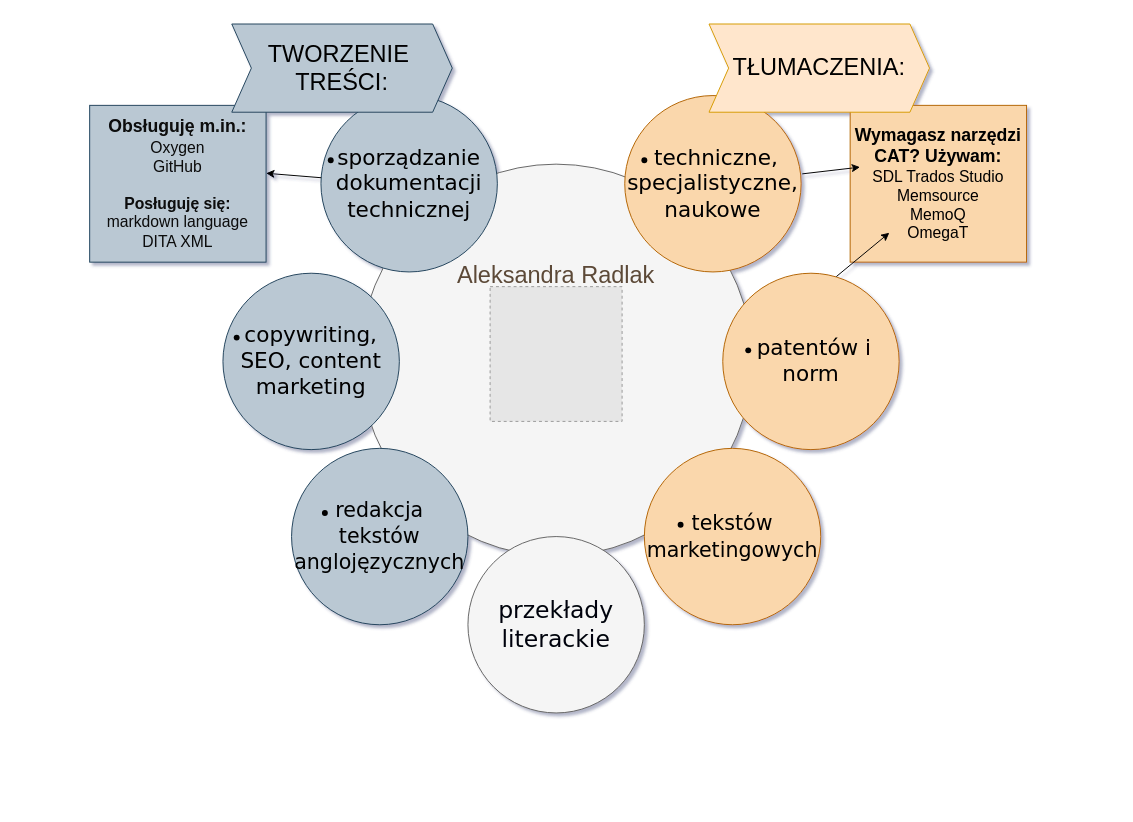
Earlier version of the draw.io diagram Diagram bez tytułu.drawio (AleksandraRadlak/my_wiki). Source tidied: cells renumbered, new cells numbered last; positions are measured from the earlier drawing's top-left corner, leaving out a move shared by most shapes. Both pictures are drawn from the tidied source at 98%, with x=0, y=0 at pixel (89, 24). Pictures stored in the file or linked from it are replaced by grey dashed boxes.
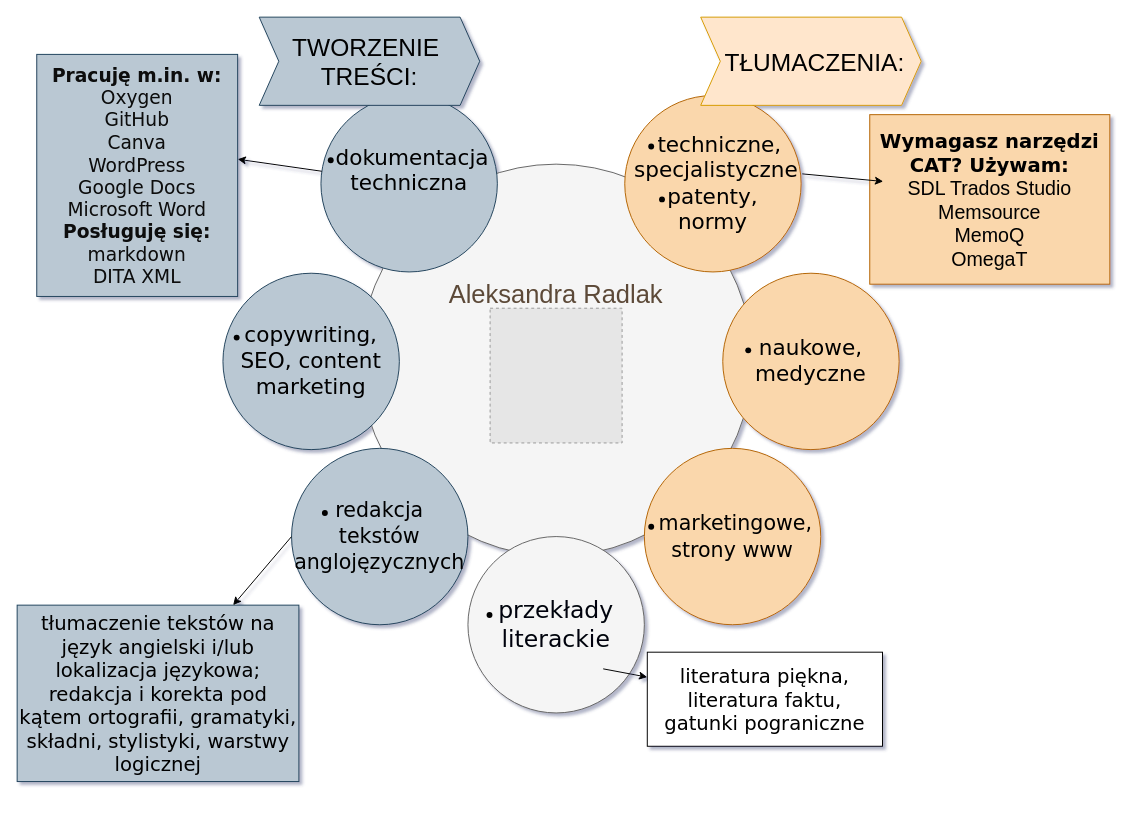
After the change.

Commit message:
diagram oferta najlepszy znajlepszych v108373.drawio

Unchanged cells that the change refers to:
```xml
<mxCell id="9" value="&lt;font style=&quot;font-size: 21px;&quot;&gt;&lt;font style=&quot;font-size: 21px;&quot;&gt;redakcja tekstów anglojęzycznych&lt;/font&gt;&lt;br&gt;&lt;/font&gt;" style="ellipse;whiteSpace=wrap;html=1;rounded=0;shadow=0;dashed=0;comic=0;fontFamily=Verdana;fontSize=22;fillColor=#bac8d3;strokeColor=#23445d;" parent="1" vertex="1">
  <mxGeometry x="206" y="433" width="180" height="180" as="geometry" />
</mxCell>
```

The edit, as a diff of the source:
```diff
@@
-    <mxCell id="2" value="&lt;div style=&quot;font-size: 24px;&quot;&gt;&lt;font face=&quot;Helvetica&quot; color=&quot;#5c4937&quot; style=&quot;font-size: 24px;&quot;&gt;Aleksandra Radlak&lt;br&gt;&lt;/font&gt;&lt;/div&gt;&lt;div style=&quot;font-size: 24px;&quot;&gt;&lt;font face=&quot;adrcxpIAWqPZKelnIhmX&quot; color=&quot;#5c4937&quot; style=&quot;font-size: 24px;&quot;&gt;&lt;br&gt;&lt;/font&gt;&lt;/div&gt;&lt;div style=&quot;font-size: 24px;&quot;&gt;&lt;font face=&quot;adrcxpIAWqPZKelnIhmX&quot; color=&quot;#5c4937&quot; style=&quot;font-size: 24px;&quot;&gt;&lt;br&gt;&lt;/font&gt;&lt;/div&gt;&lt;div style=&quot;font-size: 24px;&quot;&gt;&lt;font face=&quot;adrcxpIAWqPZKelnIhmX&quot; color=&quot;#5c4937&quot; style=&quot;font-size: 24px;&quot;&gt;&lt;br&gt;&lt;/font&gt;&lt;/div&gt;&lt;div style=&quot;font-size: 24px;&quot;&gt;&lt;font face=&quot;adrcxpIAWqPZKelnIhmX&quot; color=&quot;#5c4937&quot; style=&quot;font-size: 24px;&quot;&gt;&lt;br&gt;&lt;/font&gt;&lt;/div&gt;&lt;div style=&quot;font-size: 24px;&quot;&gt;&lt;font face=&quot;adrcxpIAWqPZKelnIhmX&quot; color=&quot;#5c4937&quot; style=&quot;font-size: 24px;&quot;&gt;&lt;br&gt;&lt;/font&gt;&lt;/div&gt;&lt;div style=&quot;font-size: 24px;&quot;&gt;&lt;font face=&quot;adrcxpIAWqPZKelnIhmX&quot; color=&quot;#5c4937&quot; style=&quot;font-size: 24px;&quot;&gt;&lt;br&gt;&lt;/font&gt;&lt;/div&gt;" style="ellipse;whiteSpace=wrap;html=1;rounded=0;shadow=0;dashed=0;comic=0;fontFamily=Verdana;fontSize=22;fontColor=#0069D1;fillColor=#f5f5f5;strokeColor=#666666;" parent="1" vertex="1">
+    <mxCell id="2" value="&lt;div&gt;&lt;br&gt;&lt;/div&gt;&lt;div&gt;&lt;br&gt;&lt;/div&gt;&lt;div style=&quot;font-size: 26px;&quot;&gt;&lt;font style=&quot;font-size: 26px;&quot; face=&quot;Helvetica&quot; color=&quot;#5c4937&quot;&gt;Aleksandra Radlak&lt;br&gt;&lt;/font&gt;&lt;/div&gt;&lt;div style=&quot;font-size: 26px;&quot;&gt;&lt;font style=&quot;font-size: 26px;&quot; face=&quot;adrcxpIAWqPZKelnIhmX&quot; color=&quot;#5c4937&quot;&gt;&lt;br&gt;&lt;/font&gt;&lt;/div&gt;&lt;div style=&quot;font-size: 26px;&quot;&gt;&lt;font style=&quot;font-size: 26px;&quot; face=&quot;adrcxpIAWqPZKelnIhmX&quot; color=&quot;#5c4937&quot;&gt;&lt;br&gt;&lt;/font&gt;&lt;/div&gt;&lt;div style=&quot;font-size: 26px;&quot;&gt;&lt;font style=&quot;font-size: 26px;&quot; face=&quot;adrcxpIAWqPZKelnIhmX&quot; color=&quot;#5c4937&quot;&gt;&lt;br&gt;&lt;/font&gt;&lt;/div&gt;&lt;div style=&quot;font-size: 26px;&quot;&gt;&lt;font style=&quot;font-size: 26px;&quot; face=&quot;adrcxpIAWqPZKelnIhmX&quot; color=&quot;#5c4937&quot;&gt;&lt;br&gt;&lt;/font&gt;&lt;/div&gt;&lt;div style=&quot;font-size: 26px;&quot;&gt;&lt;font style=&quot;font-size: 26px;&quot; face=&quot;adrcxpIAWqPZKelnIhmX&quot; color=&quot;#5c4937&quot;&gt;&lt;br&gt;&lt;/font&gt;&lt;/div&gt;&lt;div style=&quot;font-size: 26px;&quot;&gt;&lt;font style=&quot;font-size: 26px;&quot; face=&quot;adrcxpIAWqPZKelnIhmX&quot; color=&quot;#5c4937&quot;&gt;&lt;br&gt;&lt;/font&gt;&lt;/div&gt;" style="ellipse;whiteSpace=wrap;html=1;rounded=0;shadow=0;dashed=0;comic=0;fontFamily=Verdana;fontSize=22;fontColor=#0069D1;fillColor=#f5f5f5;strokeColor=#666666;" parent="1" vertex="1">
       <mxGeometry x="276" y="143" width="400" height="400" as="geometry" />
     </mxCell>
@@
-    <mxCell id="4" value="&lt;font style=&quot;font-size: 22px;&quot;&gt;&amp;nbsp;patentów i norm&lt;br&gt;&lt;/font&gt;" style="ellipse;whiteSpace=wrap;html=1;rounded=0;shadow=0;dashed=0;comic=0;fontFamily=Verdana;fontSize=22;fillColor=#fad7ac;strokeColor=#b46504;" parent="1" vertex="1">
+    <mxCell id="4" value="&lt;div&gt;naukowe,&lt;/div&gt;&lt;div&gt;medyczne&lt;br&gt;&lt;/div&gt;" style="ellipse;whiteSpace=wrap;html=1;rounded=0;shadow=0;dashed=0;comic=0;fontFamily=Verdana;fontSize=22;fillColor=#fad7ac;strokeColor=#b46504;" parent="1" vertex="1">
       <mxGeometry x="646" y="254.3" width="180" height="180" as="geometry" />
     </mxCell>
@@
-    <mxCell id="6" value="&lt;div style=&quot;&quot;&gt;&lt;font style=&quot;font-size: 22px;&quot;&gt;&lt;br&gt;&lt;/font&gt;&lt;/div&gt;&lt;div&gt;&lt;font style=&quot;font-size: 22px;&quot;&gt;sporządzanie dokumentacji techniczn&lt;font style=&quot;font-size: 22px;&quot;&gt;ej&lt;/font&gt;&lt;/font&gt;&lt;/div&gt;&lt;div style=&quot;&quot;&gt;&lt;font style=&quot;font-size: 22px;&quot;&gt;&lt;br&gt;&lt;/font&gt;&lt;/div&gt;" style="ellipse;whiteSpace=wrap;html=1;rounded=0;shadow=0;dashed=0;comic=0;fontFamily=Verdana;fontSize=22;fillColor=#bac8d3;strokeColor=#23445d;" parent="1" vertex="1">
+    <mxCell id="6" value="&lt;div style=&quot;&quot;&gt;&lt;font style=&quot;font-size: 22px;&quot;&gt;&amp;nbsp;dokumentacja techniczna&lt;/font&gt;&lt;/div&gt;&lt;div style=&quot;&quot;&gt;&lt;font style=&quot;font-size: 22px;&quot;&gt;&lt;br&gt;&lt;/font&gt;&lt;/div&gt;" style="ellipse;whiteSpace=wrap;html=1;rounded=0;shadow=0;dashed=0;comic=0;fontFamily=Verdana;fontSize=22;fillColor=#bac8d3;strokeColor=#23445d;" parent="1" vertex="1">
       <mxGeometry x="236" y="73" width="180" height="180" as="geometry" />
     </mxCell>
-    <mxCell id="7" value="&lt;div style=&quot;&quot;&gt;&lt;font style=&quot;font-size: 22px;&quot; face=&quot;Verdana&quot;&gt;&amp;nbsp;&lt;/font&gt;&lt;font style=&quot;font-size: 22px;&quot; face=&quot;3_kRnwSZ05rTefSs1a9Z&quot;&gt;techniczne,&lt;/font&gt;&lt;/div&gt;&lt;div style=&quot;&quot;&gt;&lt;font style=&quot;font-size: 22px;&quot; face=&quot;3_kRnwSZ05rTefSs1a9Z&quot;&gt;specjalistyczne,&lt;/font&gt;&lt;/div&gt;&lt;div style=&quot;&quot;&gt;&lt;font style=&quot;font-size: 22px;&quot; face=&quot;3_kRnwSZ05rTefSs1a9Z&quot;&gt;naukowe&lt;br&gt;&lt;/font&gt;&lt;/div&gt;" style="ellipse;whiteSpace=wrap;html=1;rounded=0;shadow=0;dashed=0;comic=0;fontFamily=Verdana;fontSize=22;fillColor=#fad7ac;strokeColor=#b46504;" parent="1" vertex="1">
+    <mxCell id="7" value="&lt;div style=&quot;&quot;&gt;&lt;font style=&quot;font-size: 22px;&quot; face=&quot;Verdana&quot;&gt;&amp;nbsp;&lt;/font&gt;&lt;font style=&quot;font-size: 22px;&quot; face=&quot;3_kRnwSZ05rTefSs1a9Z&quot;&gt;&lt;br&gt;&lt;/font&gt;&lt;/div&gt;&lt;div style=&quot;&quot;&gt;&lt;font style=&quot;font-size: 22px;&quot; face=&quot;3_kRnwSZ05rTefSs1a9Z&quot;&gt;&amp;nbsp; techniczne,&lt;/font&gt;&lt;/div&gt;&lt;div style=&quot;&quot;&gt;&lt;font style=&quot;font-size: 22px;&quot; face=&quot;3_kRnwSZ05rTefSs1a9Z&quot;&gt;&amp;nbsp;specjalistyczne&lt;/font&gt;&lt;/div&gt;&lt;div style=&quot;&quot;&gt;&lt;font style=&quot;font-size: 22px;&quot; face=&quot;3_kRnwSZ05rTefSs1a9Z&quot;&gt;patenty,&lt;/font&gt;&lt;/div&gt;&lt;div style=&quot;&quot;&gt;&lt;font style=&quot;font-size: 22px;&quot; face=&quot;3_kRnwSZ05rTefSs1a9Z&quot;&gt;normy&lt;br&gt;&lt;/font&gt;&lt;/div&gt;&lt;div style=&quot;&quot;&gt;&lt;font style=&quot;font-size: 22px;&quot; face=&quot;3_kRnwSZ05rTefSs1a9Z&quot;&gt;&lt;br&gt;&lt;/font&gt;&lt;/div&gt;" style="ellipse;whiteSpace=wrap;html=1;rounded=0;shadow=0;dashed=0;comic=0;fontFamily=Verdana;fontSize=22;fillColor=#fad7ac;strokeColor=#b46504;" parent="1" vertex="1">
       <mxGeometry x="546" y="73" width="180" height="180" as="geometry" />
     </mxCell>
-    <mxCell id="8" value="&lt;font style=&quot;font-size: 21px;&quot;&gt;tekstów marketingowych&lt;br&gt;&lt;/font&gt;" style="ellipse;whiteSpace=wrap;html=1;rounded=0;shadow=0;dashed=0;comic=0;fontFamily=Verdana;fontSize=22;fillColor=#fad7ac;strokeColor=#b46504;" parent="1" vertex="1">
+    <mxCell id="8" value="&lt;div&gt;&lt;font style=&quot;font-size: 21px;&quot;&gt;&amp;nbsp;marketingowe,&lt;/font&gt;&lt;/div&gt;&lt;div&gt;&lt;font style=&quot;font-size: 21px;&quot;&gt;strony www&lt;br&gt;&lt;/font&gt;&lt;/div&gt;" style="ellipse;whiteSpace=wrap;html=1;rounded=0;shadow=0;dashed=0;comic=0;fontFamily=Verdana;fontSize=22;fillColor=#fad7ac;strokeColor=#b46504;" parent="1" vertex="1">
       <mxGeometry x="566" y="433" width="180" height="180" as="geometry" />
     </mxCell>
@@
-    <mxCell id="10" value="&lt;font style=&quot;font-size: 18px;&quot;&gt;&lt;b&gt;Wymagasz narzędzi CAT? Używam:&lt;br&gt;&lt;/b&gt;&lt;/font&gt;&lt;div&gt;&lt;font size=&quot;3&quot;&gt;SDL Trados Studio&lt;/font&gt;&lt;/div&gt;&lt;div&gt;&lt;font size=&quot;3&quot;&gt;Memsource&lt;/font&gt;&lt;/div&gt;&lt;div&gt;&lt;font size=&quot;3&quot;&gt;MemoQ&lt;/font&gt;&lt;/div&gt;&lt;div&gt;&lt;font size=&quot;3&quot;&gt;OmegaT&lt;br&gt;&lt;/font&gt;&lt;/div&gt;" style="rounded=0;whiteSpace=wrap;html=1;fillColor=#fad7ac;strokeColor=#b46504;fontColor=default;" parent="1" vertex="1">
-      <mxGeometry x="776" y="83" width="180" height="160" as="geometry" />
+    <mxCell id="10" value="&lt;font face=&quot;Verdana&quot; style=&quot;font-size: 20px;&quot;&gt;&lt;b&gt;Wymagasz narzędzi CAT? Używam:&lt;br&gt;&lt;/b&gt;&lt;/font&gt;&lt;div style=&quot;font-size: 20px;&quot;&gt;&lt;font face=&quot;91rZdBT9kLizhOjYf7mg&quot; style=&quot;font-size: 20px;&quot;&gt;SDL Trados Studio&lt;/font&gt;&lt;/div&gt;&lt;div style=&quot;font-size: 20px;&quot;&gt;&lt;font face=&quot;91rZdBT9kLizhOjYf7mg&quot; style=&quot;font-size: 20px;&quot;&gt;Memsource&lt;/font&gt;&lt;/div&gt;&lt;div style=&quot;font-size: 20px;&quot;&gt;&lt;font face=&quot;91rZdBT9kLizhOjYf7mg&quot; style=&quot;font-size: 20px;&quot;&gt;MemoQ&lt;/font&gt;&lt;/div&gt;&lt;div style=&quot;font-size: 20px;&quot;&gt;&lt;font face=&quot;91rZdBT9kLizhOjYf7mg&quot; style=&quot;font-size: 20px;&quot;&gt;OmegaT&lt;br&gt;&lt;/font&gt;&lt;/div&gt;" style="rounded=0;whiteSpace=wrap;html=1;fillColor=#fad7ac;strokeColor=#b46504;fontColor=default;" parent="1" vertex="1">
+      <mxGeometry x="796" y="92.5" width="245" height="173" as="geometry" />
     </mxCell>
@@
-    <mxCell id="12" value="&lt;font style=&quot;font-size: 18px;&quot;&gt;&lt;b&gt;Obsługuję m.in.:&lt;br&gt;&lt;/b&gt;&lt;/font&gt;&lt;div&gt;&lt;font size=&quot;3&quot;&gt;Oxygen&lt;br&gt;&lt;/font&gt;&lt;/div&gt;&lt;div&gt;&lt;font size=&quot;3&quot;&gt;GitHub&lt;/font&gt;&lt;/div&gt;&lt;div&gt;&lt;font size=&quot;3&quot;&gt;&lt;br&gt;&lt;/font&gt;&lt;/div&gt;&lt;div&gt;&lt;font size=&quot;3&quot;&gt;&lt;b&gt;Posługuję się:&lt;br&gt;&lt;/b&gt;&lt;/font&gt;&lt;/div&gt;&lt;div&gt;&lt;font size=&quot;3&quot;&gt;markdown language&lt;/font&gt;&lt;/div&gt;&lt;div&gt;&lt;font size=&quot;3&quot;&gt;DITA XML&lt;br&gt;&lt;/font&gt;&lt;/div&gt;" style="rounded=0;whiteSpace=wrap;html=1;fillColor=#bac8d3;strokeColor=#23445d;fontColor=#0A0A0A;" parent="1" vertex="1">
-      <mxGeometry y="83" width="180" height="160" as="geometry" />
+    <mxCell id="12" value="&lt;font style=&quot;font-size: 19px;&quot; face=&quot;Verdana&quot;&gt;&lt;b&gt;Pracuję m.in. w:&lt;br&gt;&lt;/b&gt;Oxygen&lt;br&gt;GitHub&lt;br&gt;Canva&lt;br&gt;WordPress&lt;br&gt;Google Docs&lt;br&gt;Microsoft Word&lt;br&gt;&lt;b&gt;Posługuję się:&lt;/b&gt;&lt;br&gt;markdown&lt;br&gt;DITA XML&lt;br&gt;&lt;/font&gt;" style="rounded=0;whiteSpace=wrap;html=1;fillColor=#bac8d3;strokeColor=#23445d;fontColor=#0A0A0A;" parent="1" vertex="1">
+      <mxGeometry x="-54" y="31" width="205" height="247" as="geometry" />
     </mxCell>
-    <mxCell id="13" style="endArrow=classic;html=1;rounded=0;exitX=0.644;exitY=0.019;exitDx=0;exitDy=0;exitPerimeter=0;" parent="1" edge="1" source="4">
-      <mxGeometry relative="1" as="geometry">
-        <mxPoint x="816" y="213" as="targetPoint" />
-      </mxGeometry>
-    </mxCell>
     <mxCell id="14" style="fillColor=#E6E6E6;strokeColor=#999999;dashed=1;verticalLabelPosition=bottom;labelBackgroundColor=default;verticalAlign=top;" parent="1" vertex="1">
-      <mxGeometry x="408.6" y="268" width="134.7" height="137.5" as="geometry" />
+      <mxGeometry x="408.6" y="290" width="134.7" height="137.5" as="geometry" />
     </mxCell>
-    <mxCell id="15" value="&lt;div&gt;&lt;font style=&quot;font-size: 24px;&quot;&gt;TWORZENIE&amp;nbsp;&lt;/font&gt;&lt;/div&gt;&lt;div&gt;&lt;font style=&quot;font-size: 24px;&quot;&gt;TREŚCI:&lt;/font&gt;&lt;/div&gt;" style="shape=step;perimeter=stepPerimeter;whiteSpace=wrap;html=1;fixedSize=1;fillColor=#bac8d3;strokeColor=#23445d;" parent="1" vertex="1">
-      <mxGeometry x="145" width="225" height="90" as="geometry" />
+    <mxCell id="15" value="&lt;div style=&quot;font-size: 25px;&quot;&gt;&lt;font style=&quot;font-size: 25px;&quot;&gt;TWORZENIE&amp;nbsp;&lt;/font&gt;&lt;/div&gt;&lt;div style=&quot;font-size: 25px;&quot;&gt;&lt;font style=&quot;font-size: 25px;&quot;&gt;TREŚCI:&lt;/font&gt;&lt;/div&gt;" style="shape=step;perimeter=stepPerimeter;whiteSpace=wrap;html=1;fixedSize=1;fillColor=#bac8d3;strokeColor=#23445d;" parent="1" vertex="1">
+      <mxGeometry x="173" y="-7" width="225" height="90" as="geometry" />
     </mxCell>
-    <mxCell id="16" value="&lt;font style=&quot;font-size: 24px;&quot;&gt;TŁUMACZENIA:&lt;/font&gt;" style="shape=step;perimeter=stepPerimeter;whiteSpace=wrap;html=1;fixedSize=1;fillColor=#ffe6cc;strokeColor=#d79b00;" parent="1" vertex="1">
-      <mxGeometry x="632" width="225" height="90" as="geometry" />
+    <mxCell id="16" value="&lt;font style=&quot;font-size: 25px;&quot;&gt;&amp;nbsp;TŁUMACZENIA:&lt;/font&gt;" style="shape=step;perimeter=stepPerimeter;whiteSpace=wrap;html=1;fixedSize=1;fillColor=#ffe6cc;strokeColor=#d79b00;" parent="1" vertex="1">
+      <mxGeometry x="623.5" y="-7" width="225" height="90" as="geometry" />
     </mxCell>
-    <mxCell id="17" style="shape=waypoint;sketch=0;fillStyle=solid;size=6;fillColor=none;perimeter=centerPerimeter;" parent="1" vertex="1">
-      <mxGeometry x="556" y="129" width="20" height="20" as="geometry" />
-    </mxCell>
-    <mxCell id="18" style="shape=waypoint;sketch=0;fillStyle=solid;size=6;fillColor=none;perimeter=centerPerimeter;" parent="1" vertex="1">
-      <mxGeometry x="662" y="323" width="20" height="20" as="geometry" />
-    </mxCell>
-    <mxCell id="19" style="shape=waypoint;sketch=0;fillStyle=solid;size=6;fillColor=none;perimeter=centerPerimeter;" parent="1" vertex="1">
-      <mxGeometry x="593" y="501" width="20" height="20" as="geometry" />
-    </mxCell>
@@
+    <mxCell id="24" style="shape=waypoint;sketch=0;fillStyle=solid;size=6;fillColor=none;perimeter=centerPerimeter;" parent="1" vertex="1">
+      <mxGeometry x="398" y="593" width="20" height="20" as="geometry" />
+    </mxCell>
+    <mxCell id="25" style="shape=waypoint;sketch=0;fillStyle=solid;size=6;fillColor=none;perimeter=centerPerimeter;" parent="1" vertex="1">
+      <mxGeometry x="563" y="115" width="20" height="20" as="geometry" />
+    </mxCell>
+    <mxCell id="26" style="shape=waypoint;sketch=0;fillStyle=solid;size=6;fillColor=none;perimeter=centerPerimeter;" parent="1" vertex="1">
+      <mxGeometry x="574" y="169" width="20" height="20" as="geometry" />
+    </mxCell>
+    <mxCell id="18" style="shape=waypoint;sketch=0;fillStyle=solid;size=6;fillColor=none;perimeter=centerPerimeter;" parent="1" vertex="1">
+      <mxGeometry x="662" y="323" width="20" height="20" as="geometry" />
+    </mxCell>
+    <mxCell id="27" style="shape=waypoint;sketch=0;fillStyle=solid;size=6;fillColor=none;perimeter=centerPerimeter;" parent="1" vertex="1">
+      <mxGeometry x="563" y="503" width="20" height="20" as="geometry" />
+    </mxCell>
+    <mxCell id="28" style="endArrow=classic;html=1;rounded=0;" parent="1" edge="1" target="29">
+      <mxGeometry relative="1" as="geometry">
+        <mxPoint x="524" y="658" as="sourcePoint" />
+      </mxGeometry>
+    </mxCell>
+    <mxCell id="29" value="&lt;font style=&quot;font-size: 20px;&quot; face=&quot;Verdana&quot;&gt;literatura piękna, literatura faktu, gatunki pograniczne&lt;br&gt;&lt;/font&gt;" style="rounded=0;whiteSpace=wrap;html=1;" parent="1" vertex="1">
+      <mxGeometry x="569" y="641" width="240" height="96" as="geometry" />
+    </mxCell>
+    <mxCell id="30" value="&lt;font style=&quot;font-size: 20px;&quot; face=&quot;Verdana&quot;&gt;&lt;br&gt;tłumaczenie tekstów na język angielski i/lub lokalizacja językowa; redakcja i korekta pod kątem ortografii, gramatyki, składni, stylistyki, warstwy logicznej&lt;br&gt;&lt;br&gt;&lt;/font&gt;" style="rounded=0;whiteSpace=wrap;html=1;fillColor=#bac8d3;strokeColor=#23445d;" parent="1" vertex="1">
+      <mxGeometry x="-74" y="593" width="287.5" height="180" as="geometry" />
+    </mxCell>
+    <mxCell id="31" style="endArrow=classic;html=1;rounded=0;exitX=0;exitY=0.5;exitDx=0;exitDy=0;" parent="1" edge="1" source="9" target="30">
+      <mxGeometry relative="1" as="geometry" />
+    </mxCell>
```
